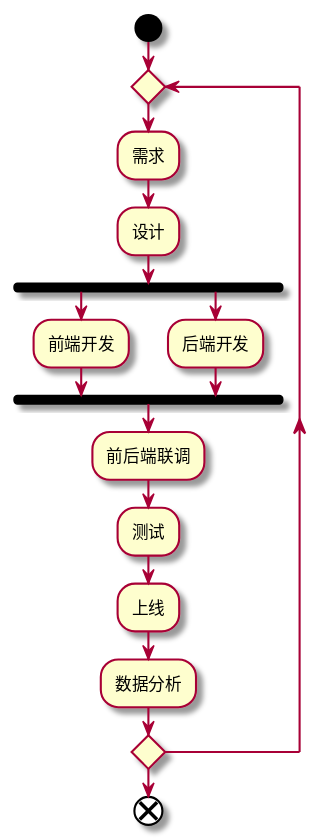
Above: out/product-to-online/product-to-online.svg in 109km/fe-lessons (PlantUML), before the change. Its diagram source:
```plantuml
@startuml
start
repeat
  :需求;
  :设计;
  fork
  :前端开发;
  fork again
  :后端开发;
  end fork
  :前后端联调;
  :测试;
  :上线;
  :数据分析;
repeat while
end
@enduml
```
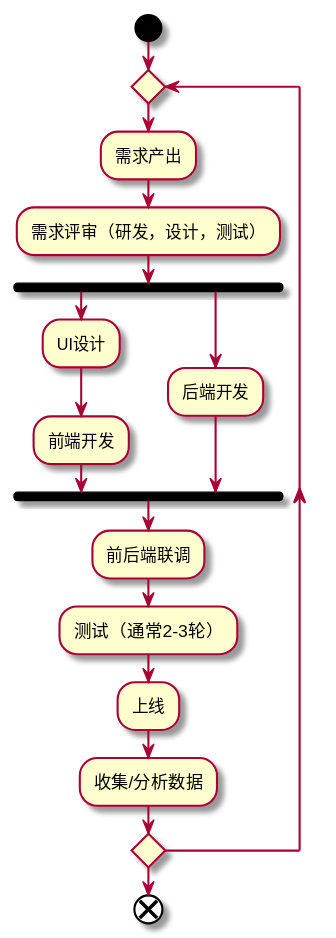
After the commit.

Change to the diagram source:
```diff
@@ -1,17 +1,18 @@
 @startuml
 start
 repeat
-  :需求;
-  :设计;
+  :需求产出;
+  :需求评审（研发，设计，测试）;
   fork
+  :UI设计;
   :前端开发;
   fork again
   :后端开发;
   end fork
   :前后端联调;
-  :测试;
+  :测试（通常2-3轮）;
   :上线;
-  :数据分析;
+  :收集/分析数据;
 repeat while
 end
 @enduml
```
